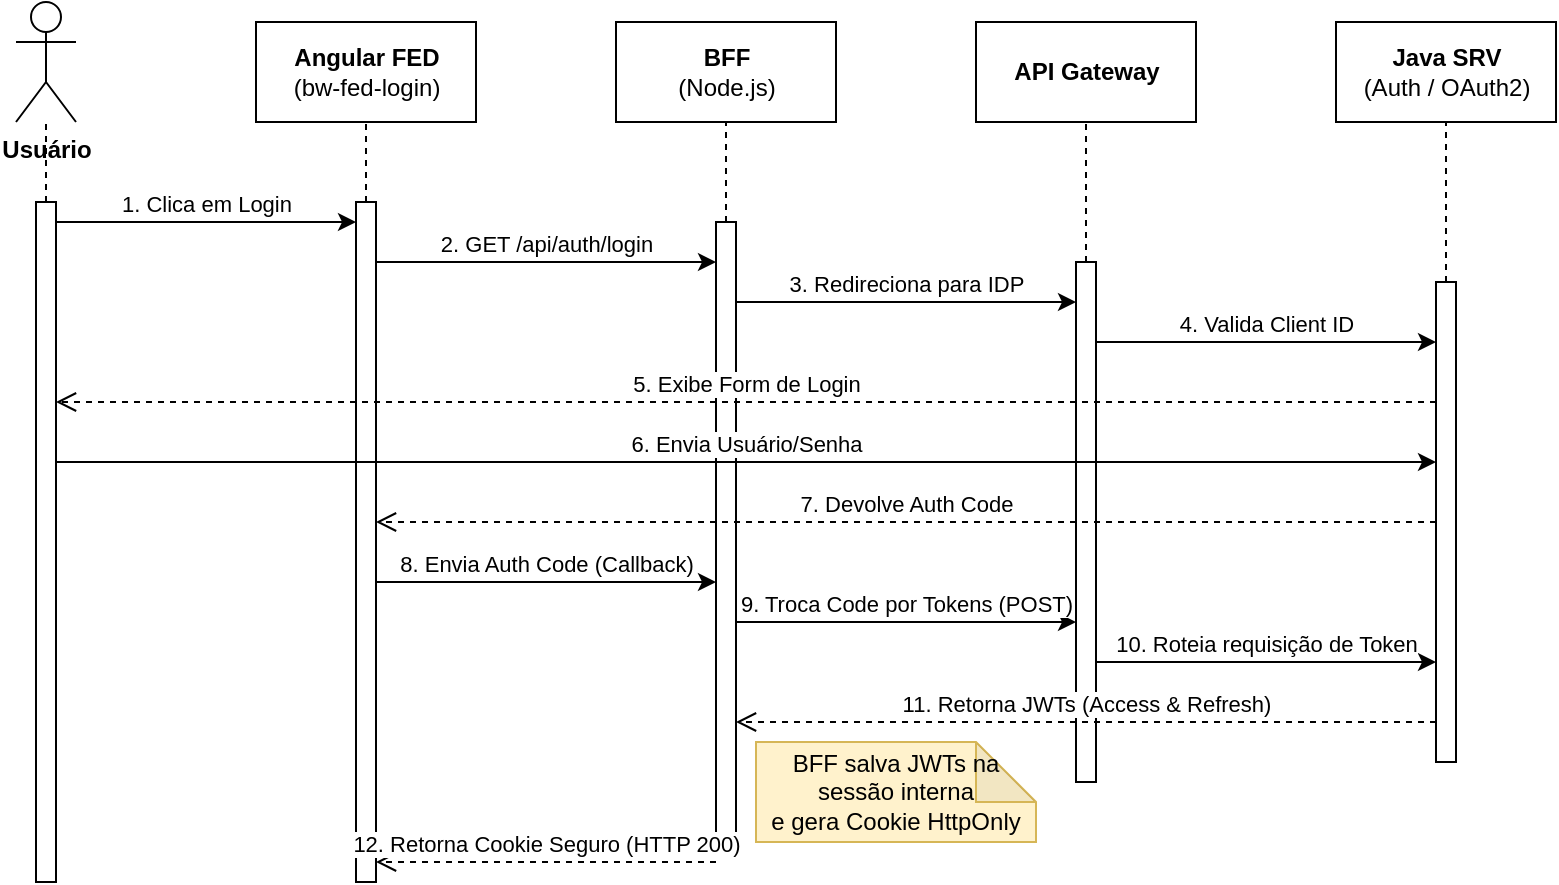
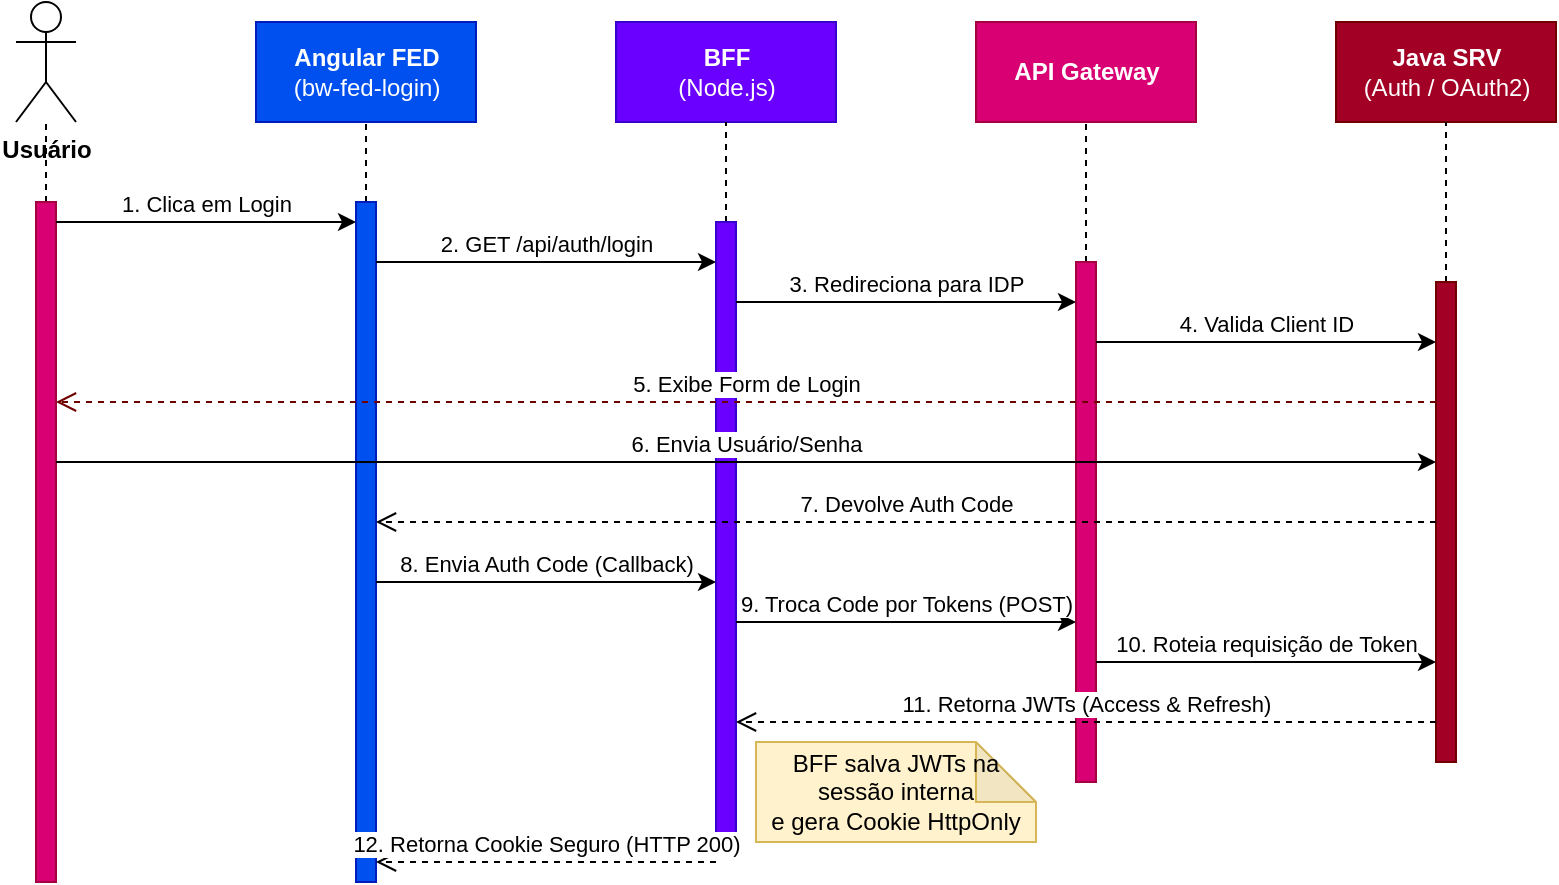
<mxfile host="app.diagrams.net">
  <diagram name="Fluxo Autenticação" id="yyk0flzNGpBa0gyoFPbk">
    <mxGraphModel dx="860" dy="431" grid="1" gridSize="10" guides="1" tooltips="1" connect="1" arrows="1" fold="1" page="1" pageScale="1" pageWidth="1169" pageHeight="827" math="0" shadow="0">
      <root>
        <mxCell id="0" />
        <mxCell id="1" parent="0" />
        <mxCell id="UbM-DHjGWb1cBcI7hBhp-1" parent="1" style="shape=umlActor;verticalLabelPosition=bottom;verticalAlign=top;html=1;outlineConnect=0;" value="&lt;b&gt;Usuário&lt;/b&gt;" vertex="1">
          <mxGeometry height="60" width="30" x="70" y="30" as="geometry" />
        </mxCell>
        <mxCell id="UbM-DHjGWb1cBcI7hBhp-2" edge="1" parent="1" source="UbM-DHjGWb1cBcI7hBhp-11" style="endArrow=none;dashed=1;html=1;startArrow=none;" target="UbM-DHjGWb1cBcI7hBhp-1" value="">
          <mxGeometry height="50" relative="1" width="50" as="geometry">
            <mxPoint x="85" y="590" as="sourcePoint" />
          </mxGeometry>
        </mxCell>
-         <mxCell id="UbM-DHjGWb1cBcI7hBhp-3" parent="1" style="html=1;" value="&lt;b&gt;Angular FED&lt;/b&gt;&lt;br&gt;(bw-fed-login)" vertex="1">
+         <mxCell id="UbM-DHjGWb1cBcI7hBhp-3" parent="1" style="html=1;fillColor=#0050ef;fontColor=#ffffff;strokeColor=#001DBC;" value="&lt;b&gt;Angular FED&lt;/b&gt;&lt;br&gt;(bw-fed-login)" vertex="1">
          <mxGeometry height="50" width="110" x="190" y="40" as="geometry" />
        </mxCell>
        <mxCell id="UbM-DHjGWb1cBcI7hBhp-4" edge="1" parent="1" source="UbM-DHjGWb1cBcI7hBhp-12" style="endArrow=none;dashed=1;html=1;startArrow=none;" target="UbM-DHjGWb1cBcI7hBhp-3" value="">
          <mxGeometry height="50" relative="1" width="50" as="geometry">
            <mxPoint x="245" y="590" as="sourcePoint" />
          </mxGeometry>
        </mxCell>
-         <mxCell id="UbM-DHjGWb1cBcI7hBhp-5" parent="1" style="html=1;" value="&lt;b&gt;BFF&lt;/b&gt;&lt;br&gt;(Node.js)" vertex="1">
+         <mxCell id="UbM-DHjGWb1cBcI7hBhp-5" parent="1" style="html=1;fillColor=#6a00ff;fontColor=#ffffff;strokeColor=#3700CC;" value="&lt;b&gt;BFF&lt;/b&gt;&lt;br&gt;(Node.js)" vertex="1">
          <mxGeometry height="50" width="110" x="370" y="40" as="geometry" />
        </mxCell>
        <mxCell id="UbM-DHjGWb1cBcI7hBhp-6" edge="1" parent="1" source="UbM-DHjGWb1cBcI7hBhp-13" style="endArrow=none;dashed=1;html=1;startArrow=none;" target="UbM-DHjGWb1cBcI7hBhp-5" value="">
          <mxGeometry height="50" relative="1" width="50" as="geometry">
            <mxPoint x="425" y="590" as="sourcePoint" />
          </mxGeometry>
        </mxCell>
-         <mxCell id="UbM-DHjGWb1cBcI7hBhp-7" parent="1" style="html=1;" value="&lt;b&gt;API Gateway&lt;/b&gt;" vertex="1">
+         <mxCell id="UbM-DHjGWb1cBcI7hBhp-7" parent="1" style="html=1;fillColor=#d80073;fontColor=#ffffff;strokeColor=#A50040;" value="&lt;b&gt;API Gateway&lt;/b&gt;" vertex="1">
          <mxGeometry height="50" width="110" x="550" y="40" as="geometry" />
        </mxCell>
        <mxCell id="UbM-DHjGWb1cBcI7hBhp-8" edge="1" parent="1" source="UbM-DHjGWb1cBcI7hBhp-14" style="endArrow=none;dashed=1;html=1;startArrow=none;" target="UbM-DHjGWb1cBcI7hBhp-7" value="">
          <mxGeometry height="50" relative="1" width="50" as="geometry">
            <mxPoint x="605" y="590" as="sourcePoint" />
          </mxGeometry>
        </mxCell>
-         <mxCell id="UbM-DHjGWb1cBcI7hBhp-9" parent="1" style="html=1;" value="&lt;b&gt;Java SRV&lt;/b&gt;&lt;br&gt;(Auth / OAuth2)" vertex="1">
+         <mxCell id="UbM-DHjGWb1cBcI7hBhp-9" parent="1" style="html=1;fillColor=#a20025;fontColor=#ffffff;strokeColor=#6F0000;" value="&lt;b&gt;Java SRV&lt;/b&gt;&lt;br&gt;(Auth / OAuth2)" vertex="1">
          <mxGeometry height="50" width="110" x="730" y="40" as="geometry" />
        </mxCell>
        <mxCell id="UbM-DHjGWb1cBcI7hBhp-10" edge="1" parent="1" source="UbM-DHjGWb1cBcI7hBhp-15" style="endArrow=none;dashed=1;html=1;startArrow=none;" target="UbM-DHjGWb1cBcI7hBhp-9" value="">
          <mxGeometry height="50" relative="1" width="50" as="geometry">
            <mxPoint x="785" y="590" as="sourcePoint" />
          </mxGeometry>
        </mxCell>
-         <mxCell id="UbM-DHjGWb1cBcI7hBhp-11" parent="1" style="html=1;points=[];perimeter=orthogonalPerimeter;" value="" vertex="1">
+         <mxCell id="UbM-DHjGWb1cBcI7hBhp-11" parent="1" style="html=1;points=[];perimeter=orthogonalPerimeter;fillColor=#d80073;fontColor=#ffffff;strokeColor=#A50040;" value="" vertex="1">
          <mxGeometry height="340" width="10" x="80" y="130" as="geometry" />
        </mxCell>
-         <mxCell id="UbM-DHjGWb1cBcI7hBhp-12" parent="1" style="html=1;points=[];perimeter=orthogonalPerimeter;" value="" vertex="1">
+         <mxCell id="UbM-DHjGWb1cBcI7hBhp-12" parent="1" style="html=1;points=[];perimeter=orthogonalPerimeter;fillColor=#0050ef;fontColor=#ffffff;strokeColor=#001DBC;" value="" vertex="1">
          <mxGeometry height="340" width="10" x="240" y="130" as="geometry" />
        </mxCell>
-         <mxCell id="UbM-DHjGWb1cBcI7hBhp-13" parent="1" style="html=1;points=[];perimeter=orthogonalPerimeter;" value="" vertex="1">
+         <mxCell id="UbM-DHjGWb1cBcI7hBhp-13" parent="1" style="html=1;points=[];perimeter=orthogonalPerimeter;fillColor=#6a00ff;fontColor=#ffffff;strokeColor=#3700CC;" value="" vertex="1">
          <mxGeometry height="310" width="10" x="420" y="140" as="geometry" />
        </mxCell>
-         <mxCell id="UbM-DHjGWb1cBcI7hBhp-14" parent="1" style="html=1;points=[];perimeter=orthogonalPerimeter;" value="" vertex="1">
+         <mxCell id="UbM-DHjGWb1cBcI7hBhp-14" parent="1" style="html=1;points=[];perimeter=orthogonalPerimeter;fillColor=#d80073;fontColor=#ffffff;strokeColor=#A50040;" value="" vertex="1">
          <mxGeometry height="260" width="10" x="600" y="160" as="geometry" />
        </mxCell>
-         <mxCell id="UbM-DHjGWb1cBcI7hBhp-15" parent="1" style="html=1;points=[];perimeter=orthogonalPerimeter;" value="" vertex="1">
+         <mxCell id="UbM-DHjGWb1cBcI7hBhp-15" parent="1" style="html=1;points=[];perimeter=orthogonalPerimeter;fillColor=#a20025;fontColor=#ffffff;strokeColor=#6F0000;" value="" vertex="1">
          <mxGeometry height="240" width="10" x="780" y="170" as="geometry" />
        </mxCell>
        <mxCell id="UbM-DHjGWb1cBcI7hBhp-16" edge="1" parent="1" style="endArrow=classic;html=1;verticalAlign=bottom;" value="1. Clica em Login">
          <mxGeometry relative="1" as="geometry">
            <mxPoint x="90" y="140" as="sourcePoint" />
            <mxPoint x="240" y="140" as="targetPoint" />
          </mxGeometry>
        </mxCell>
        <mxCell id="UbM-DHjGWb1cBcI7hBhp-17" edge="1" parent="1" style="endArrow=classic;html=1;verticalAlign=bottom;" value="2. GET /api/auth/login">
          <mxGeometry relative="1" as="geometry">
            <mxPoint x="250" y="160" as="sourcePoint" />
            <mxPoint x="420" y="160" as="targetPoint" />
          </mxGeometry>
        </mxCell>
        <mxCell id="UbM-DHjGWb1cBcI7hBhp-18" edge="1" parent="1" style="endArrow=classic;html=1;verticalAlign=bottom;" value="3. Redireciona para IDP">
          <mxGeometry relative="1" as="geometry">
            <mxPoint x="430" y="180" as="sourcePoint" />
            <mxPoint x="600" y="180" as="targetPoint" />
          </mxGeometry>
        </mxCell>
        <mxCell id="UbM-DHjGWb1cBcI7hBhp-19" edge="1" parent="1" style="endArrow=classic;html=1;verticalAlign=bottom;" value="4. Valida Client ID">
          <mxGeometry relative="1" as="geometry">
            <mxPoint x="610" y="200" as="sourcePoint" />
            <mxPoint x="780" y="200" as="targetPoint" />
          </mxGeometry>
        </mxCell>
-         <mxCell id="UbM-DHjGWb1cBcI7hBhp-20" edge="1" parent="1" style="endArrow=open;dashed=1;endSize=8;html=1;verticalAlign=bottom;" value="5. Exibe Form de Login">
+         <mxCell id="UbM-DHjGWb1cBcI7hBhp-20" edge="1" parent="1" style="endArrow=open;dashed=1;endSize=8;html=1;verticalAlign=bottom;fillColor=#a20025;strokeColor=#6F0000;" value="5. Exibe Form de Login">
          <mxGeometry relative="1" as="geometry">
            <mxPoint x="780" y="230" as="sourcePoint" />
            <mxPoint x="90" y="230" as="targetPoint" />
          </mxGeometry>
        </mxCell>
        <mxCell id="UbM-DHjGWb1cBcI7hBhp-21" edge="1" parent="1" style="endArrow=classic;html=1;verticalAlign=bottom;" value="6. Envia Usuário/Senha">
          <mxGeometry relative="1" as="geometry">
            <mxPoint x="90" y="260" as="sourcePoint" />
            <mxPoint x="780" y="260" as="targetPoint" />
          </mxGeometry>
        </mxCell>
        <mxCell id="UbM-DHjGWb1cBcI7hBhp-22" edge="1" parent="1" style="endArrow=open;dashed=1;endSize=8;html=1;verticalAlign=bottom;" value="7. Devolve Auth Code">
          <mxGeometry relative="1" as="geometry">
            <mxPoint x="780" y="290" as="sourcePoint" />
            <mxPoint x="250" y="290" as="targetPoint" />
          </mxGeometry>
        </mxCell>
        <mxCell id="UbM-DHjGWb1cBcI7hBhp-23" edge="1" parent="1" style="endArrow=classic;html=1;verticalAlign=bottom;" value="8. Envia Auth Code (Callback)">
          <mxGeometry relative="1" as="geometry">
            <mxPoint x="250" y="320" as="sourcePoint" />
            <mxPoint x="420" y="320" as="targetPoint" />
          </mxGeometry>
        </mxCell>
        <mxCell id="UbM-DHjGWb1cBcI7hBhp-24" edge="1" parent="1" style="endArrow=classic;html=1;verticalAlign=bottom;" value="9. Troca Code por Tokens (POST)">
          <mxGeometry relative="1" as="geometry">
            <mxPoint x="430" y="340" as="sourcePoint" />
            <mxPoint x="600" y="340" as="targetPoint" />
          </mxGeometry>
        </mxCell>
        <mxCell id="UbM-DHjGWb1cBcI7hBhp-25" edge="1" parent="1" style="endArrow=classic;html=1;verticalAlign=bottom;" value="10. Roteia requisição de Token">
          <mxGeometry relative="1" as="geometry">
            <mxPoint x="610" y="360" as="sourcePoint" />
            <mxPoint x="780" y="360" as="targetPoint" />
          </mxGeometry>
        </mxCell>
        <mxCell id="UbM-DHjGWb1cBcI7hBhp-26" edge="1" parent="1" style="endArrow=open;dashed=1;endSize=8;html=1;verticalAlign=bottom;" value="11. Retorna JWTs (Access &amp; Refresh)">
          <mxGeometry relative="1" as="geometry">
            <mxPoint x="780" y="390" as="sourcePoint" />
            <mxPoint x="430" y="390" as="targetPoint" />
          </mxGeometry>
        </mxCell>
        <mxCell id="UbM-DHjGWb1cBcI7hBhp-27" parent="1" style="shape=note;whiteSpace=wrap;html=1;backgroundOutline=1;darkOpacity=0.05;fillColor=#fff2cc;strokeColor=#d6b656;" value="BFF salva JWTs na sessão interna&lt;br&gt;e gera Cookie HttpOnly" vertex="1">
          <mxGeometry height="50" width="140" x="440" y="400" as="geometry" />
        </mxCell>
        <mxCell id="UbM-DHjGWb1cBcI7hBhp-28" edge="1" parent="1" style="endArrow=open;dashed=1;endSize=8;html=1;verticalAlign=bottom;" value="12. Retorna Cookie Seguro (HTTP 200)">
          <mxGeometry relative="1" as="geometry">
            <mxPoint x="420" y="460" as="sourcePoint" />
            <mxPoint x="250" y="460" as="targetPoint" />
          </mxGeometry>
        </mxCell>
      </root>
    </mxGraphModel>
  </diagram>
</mxfile>
